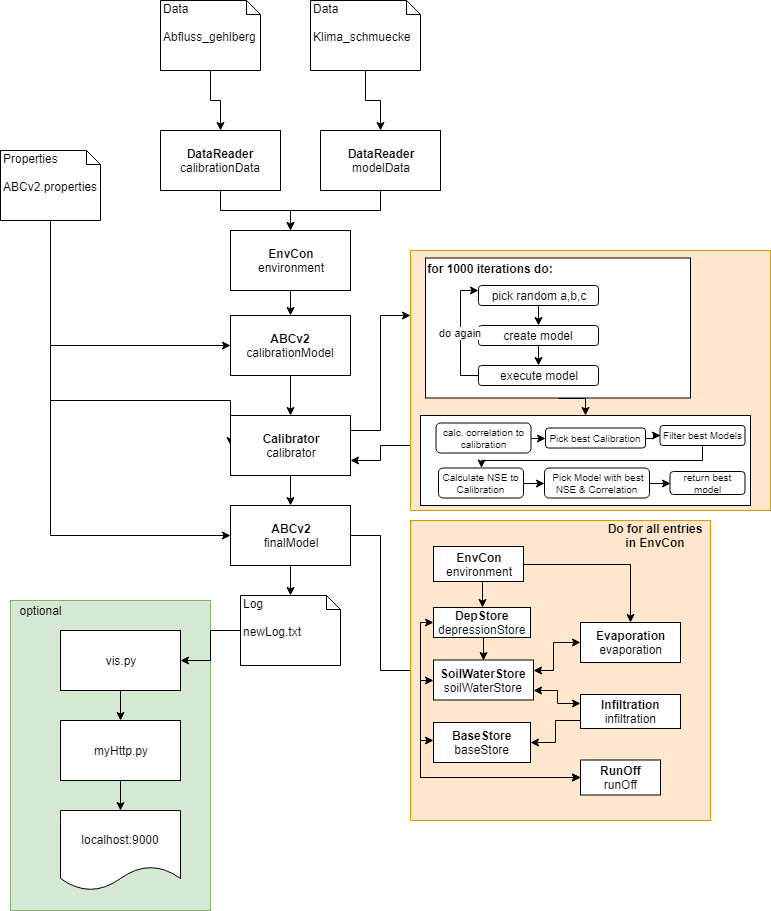
EricKrg/ABCv2 keeps this draw.io diagram as Untitled Diagram.png. Above is the earlier version. Source tidied: cells renumbered, new cells last; positions are measured from the earlier drawing's top-left corner, leaving out a move shared by most shapes.
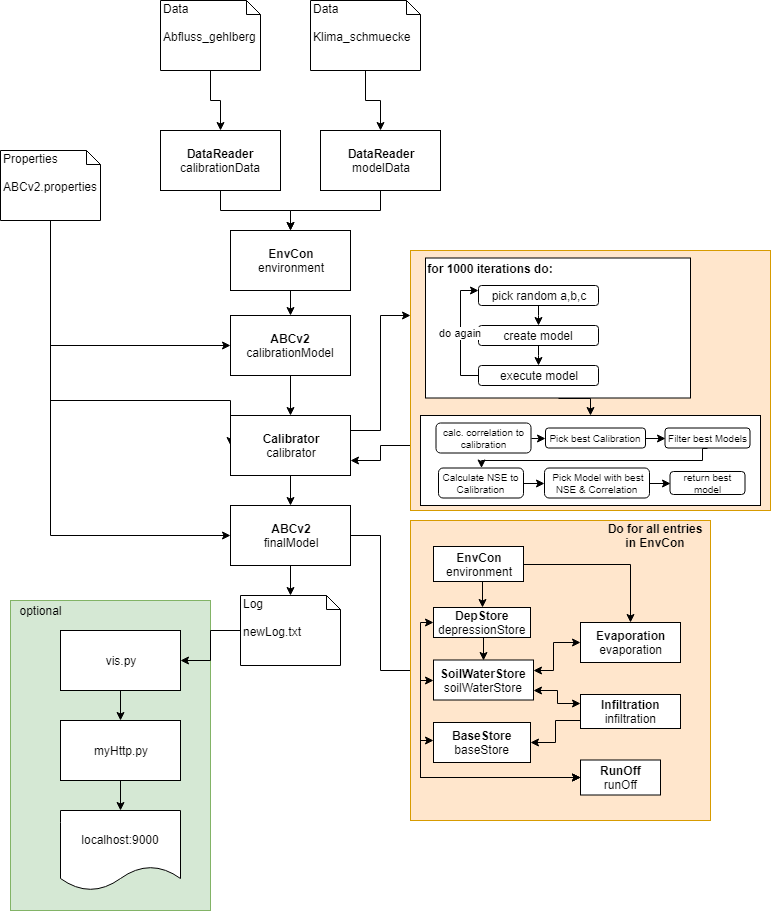
After the change.

Change to the diagram source:
```diff
@@ -205,7 +205,7 @@
       <mxGeometry x="478" y="365" width="120" height="20" as="geometry" />
     </mxCell>
     <mxCell id="61" style="html=1;" parent="1" vertex="1">
-      <mxGeometry x="420" y="415" width="330" height="90" as="geometry" />
+      <mxGeometry x="420" y="415" width="340" height="90" as="geometry" />
     </mxCell>
     <mxCell id="62" value="&lt;b&gt;for 1000 iterations do:&lt;/b&gt;" style="text;html=1;strokeColor=none;fillColor=none;align=center;verticalAlign=middle;whiteSpace=wrap;rounded=0;" parent="1" vertex="1">
       <mxGeometry x="425" y="257.5" width="130" height="20" as="geometry" />
@@ -213,12 +213,12 @@
     <mxCell id="63" style="edgeStyle=elbowEdgeStyle;rounded=0;jettySize=auto;html=1;exitX=1;exitY=0.5;exitDx=0;exitDy=0;entryX=0;entryY=0.5;entryDx=0;entryDy=0;startArrow=none;startFill=0;endArrow=classic;endFill=1;" parent="1" edge="1" source="65" target="66">
       <mxGeometry relative="1" as="geometry" />
     </mxCell>
+    <mxCell id="65" value="calc. correlation to calibration" style="rounded=1;whiteSpace=wrap;html=1;fontSize=10;" parent="1" vertex="1">
+      <mxGeometry x="435.5" y="422.5" width="95" height="30" as="geometry" />
+    </mxCell>
-    <mxCell id="64" style="edgeStyle=elbowEdgeStyle;rounded=0;jettySize=auto;html=1;exitX=1;exitY=0.5;exitDx=0;exitDy=0;entryX=0;entryY=0.5;entryDx=0;entryDy=0;startArrow=none;startFill=0;endArrow=classic;endFill=1;" parent="1" edge="1" source="66" target="68">
+    <mxCell id="64" style="edgeStyle=orthogonalEdgeStyle;rounded=0;jettySize=auto;html=1;exitX=1;exitY=0.5;exitDx=0;exitDy=0;entryX=0;entryY=0.5;entryDx=0;entryDy=0;startArrow=none;startFill=0;endArrow=classic;endFill=1;fontSize=10;" parent="1" edge="1" source="66" target="68">
       <mxGeometry relative="1" as="geometry" />
     </mxCell>
-    <mxCell id="65" value="calc. correlation to calibration" style="rounded=1;whiteSpace=wrap;html=1;fontSize=10;" parent="1" vertex="1">
-      <mxGeometry x="435.5" y="422.5" width="95" height="30" as="geometry" />
-    </mxCell>
     <mxCell id="66" value="&lt;span style=&quot;font-size: 10px;&quot;&gt;Pick best Calibration&lt;/span&gt;" style="rounded=1;whiteSpace=wrap;html=1;fontSize=10;" parent="1" vertex="1">
       <mxGeometry x="545" y="427.5" width="100" height="20" as="geometry" />
     </mxCell>
@@ -231,7 +231,7 @@
       </mxGeometry>
     </mxCell>
     <mxCell id="68" value="Filter best Models" style="rounded=1;whiteSpace=wrap;html=1;fontSize=10;" parent="1" vertex="1">
-      <mxGeometry x="659.5" y="425" width="85" height="20" as="geometry" />
+      <mxGeometry x="664.5" y="427.5" width="85" height="20" as="geometry" />
     </mxCell>
     <mxCell id="69" style="edgeStyle=orthogonalEdgeStyle;rounded=0;jettySize=auto;html=1;exitX=1;exitY=0.5;exitDx=0;exitDy=0;entryX=0;entryY=0.5;entryDx=0;entryDy=0;startArrow=none;startFill=0;endArrow=classic;endFill=1;fontSize=10;" parent="1" edge="1" source="70" target="72">
       <mxGeometry relative="1" as="geometry" />
```
